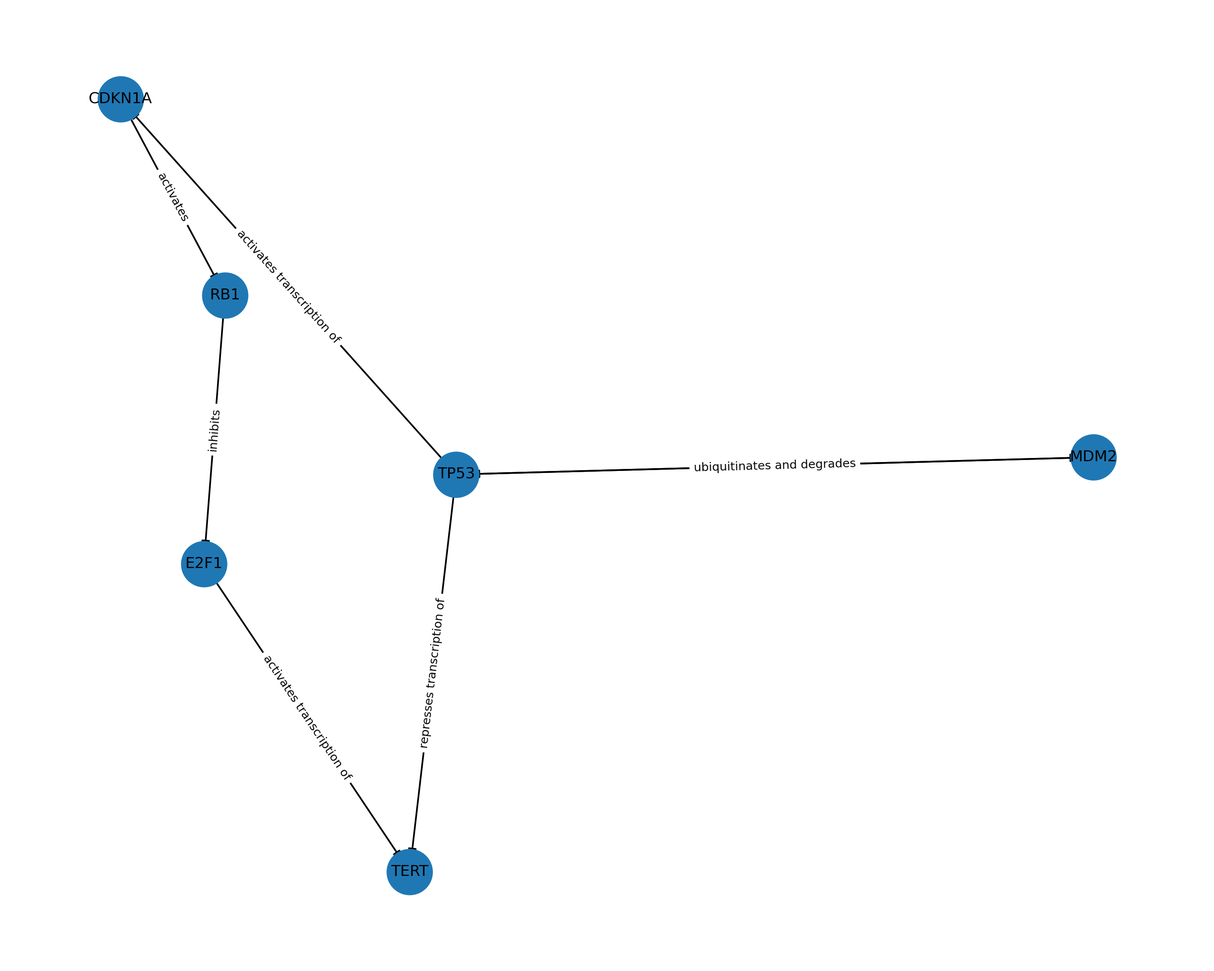
Earlier version of the Graphviz export network.png (rick-stevens-ai/GeneChain). Its source is kept beside it as network.dot.
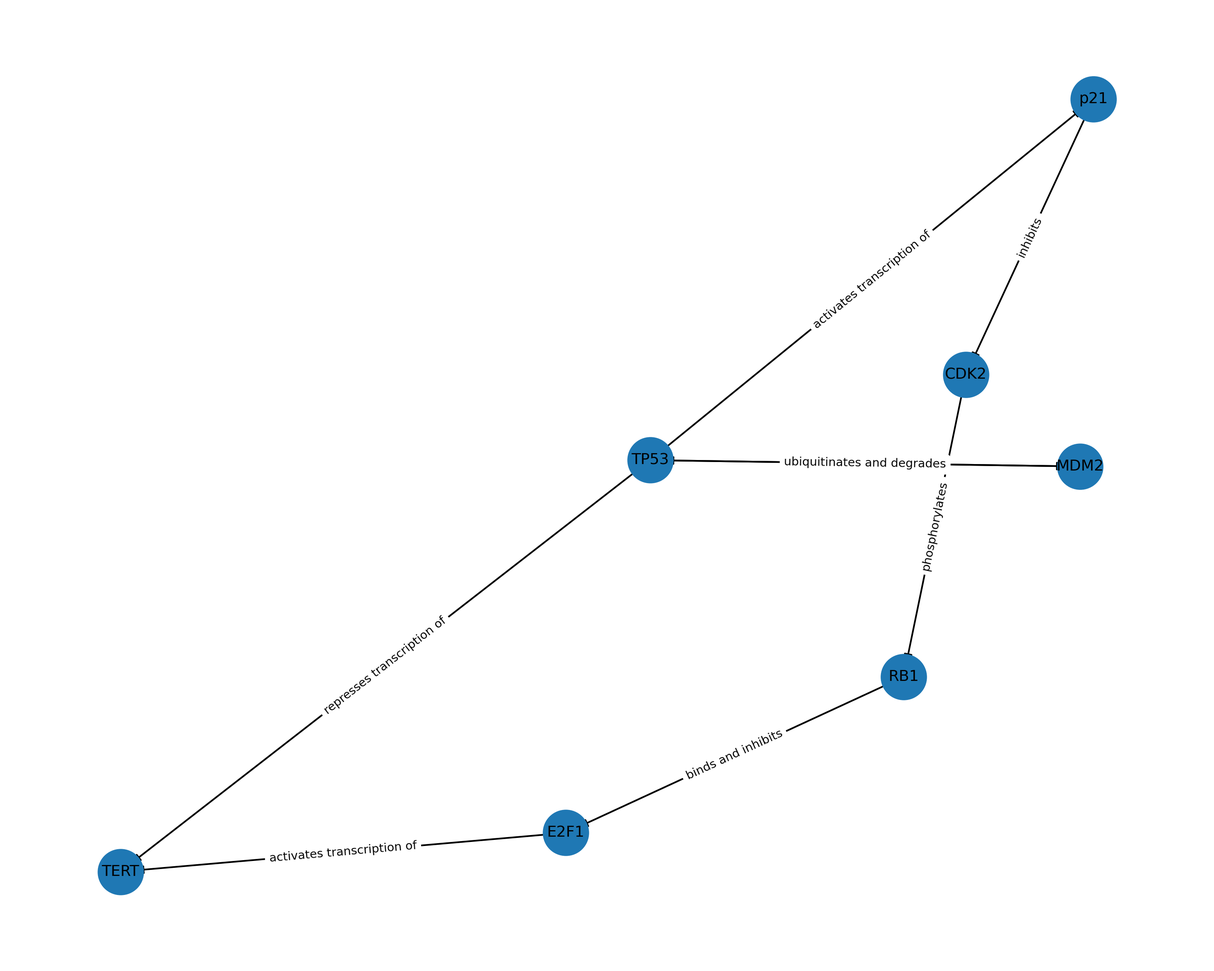
Later version of the same file.

The edit, as a diff of the source:
```diff
@@ -2,14 +2,16 @@
 TP53;
 MDM2;
 TERT;
-CDKN1A;
+p21;
+CDK2;
 RB1;
 E2F1;
 TP53 -> MDM2 [key=0, label="activates transcription of", probability=0.9, evidence="PMID: 10871891"];
-TP53 -> TERT [key=0, label="represses transcription of", probability=0.8, evidence="PMID: 15084261"];
-TP53 -> CDKN1A [key=0, label="activates transcription of", probability=0.9, evidence="PMID: 9153395"];
+TP53 -> TERT [key=0, label="represses transcription of", probability=0.8, evidence="PMID: 12522206"];
+TP53 -> p21 [key=0, label="activates transcription of", probability=0.9, evidence="PMID: 9153395"];
 MDM2 -> TP53 [key=0, label="ubiquitinates and degrades", probability=0.95, evidence="PMID: 10871891"];
-CDKN1A -> RB1 [key=0, label=activates, probability=0.85, evidence="PMID: 10362353"];
-RB1 -> E2F1 [key=0, label=inhibits, probability=0.9, evidence="PMID: 10362353"];
-E2F1 -> TERT [key=0, label="activates transcription of", probability=0.8, evidence="PMID: 15084261"];
+p21 -> CDK2 [key=0, label=inhibits, probability=0.85, evidence="PMID: 9153395"];
+CDK2 -> RB1 [key=0, label=phosphorylates, probability=0.8, evidence="PMID: 9153395"];
+RB1 -> E2F1 [key=0, label="binds and inhibits", probability=0.9, evidence="PMID: 9153395"];
+E2F1 -> TERT [key=0, label="activates transcription of", probability=0.85, evidence="PMID: 9153395"];
 }
```
